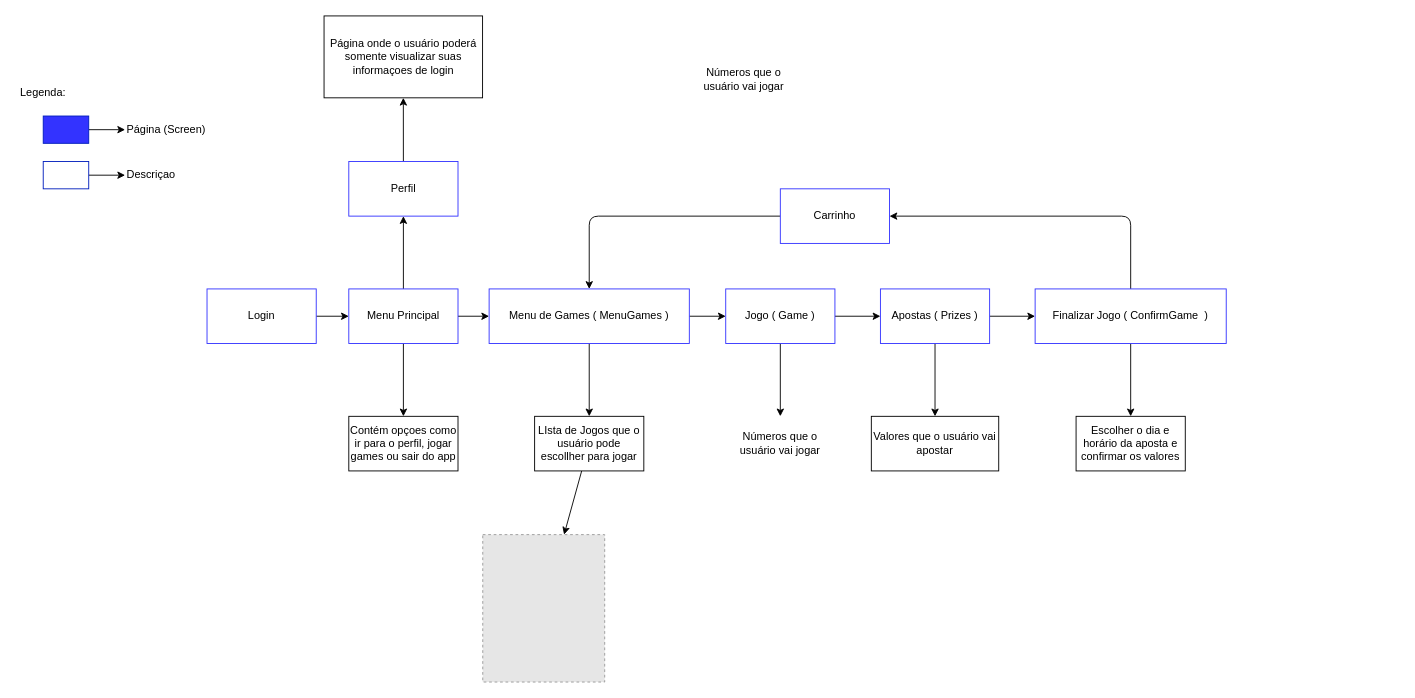
Above: fluxograma.drawio in SantoroJoestar/paratodos (draw.io), before the change. Source tidied: cells renumbered, new cells numbered last; positions are measured from the earlier drawing's top-left corner, leaving out a move shared by most shapes. Both pictures are drawn from the tidied source at 91%, with x=0, y=0 at pixel (15, 15). Pictures stored in the file or linked from it are replaced by grey dashed boxes.
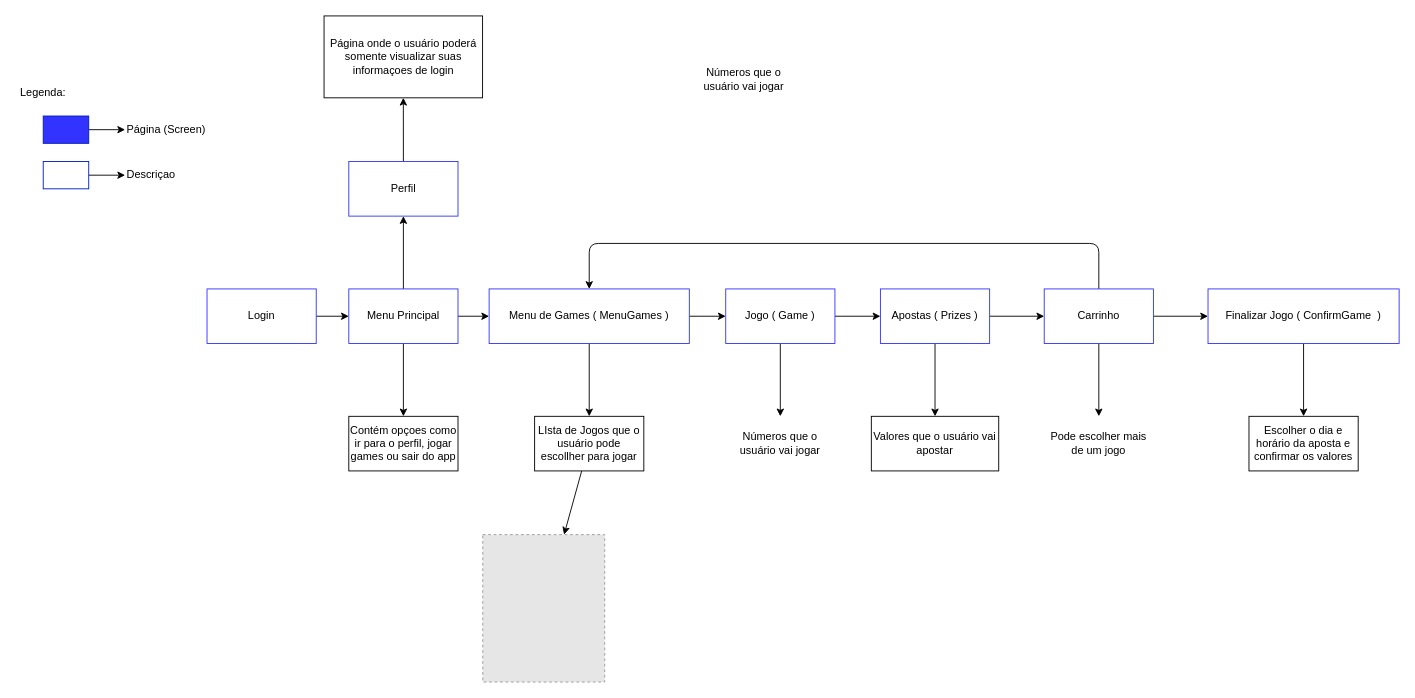
The same diagram, later.

The change refers to these unchanged cells:
```xml
<mxCell id="6" value="Menu de Games ( MenuGames )" style="rounded=0;whiteSpace=wrap;html=1;strokeColor=#3333FF;" parent="1" vertex="1">
  <mxGeometry x="520" y="300" width="220" height="60" as="geometry" />
</mxCell>
<mxCell id="12" value="Apostas ( Prizes )" style="rounded=0;whiteSpace=wrap;html=1;strokeColor=#3333FF;" parent="1" vertex="1">
  <mxGeometry x="950" y="300" width="120" height="60" as="geometry" />
</mxCell>
```

Change to the diagram source:
```diff
@@
-    <mxCell id="11" style="edgeStyle=none;html=1;" parent="1" edge="1" source="12" target="16">
-      <mxGeometry relative="1" as="geometry" />
-    </mxCell>
+    <mxCell id="40" style="edgeStyle=none;html=1;" parent="1" edge="1" source="12" target="25">
+      <mxGeometry relative="1" as="geometry" />
+    </mxCell>
@@
-    <mxCell id="15" style="edgeStyle=none;html=1;entryX=1;entryY=0.5;entryDx=0;entryDy=0;" parent="1" edge="1" source="16" target="25">
-      <mxGeometry relative="1" as="geometry">
-        <Array as="points">
-          <mxPoint x="1225" y="220" />
-        </Array>
-      </mxGeometry>
-    </mxCell>
     <mxCell id="16" value="Finalizar Jogo ( ConfirmGame&amp;nbsp; )" style="rounded=0;whiteSpace=wrap;html=1;strokeColor=#3333FF;" parent="1" vertex="1">
-      <mxGeometry x="1120" y="300" width="210" height="60" as="geometry" />
+      <mxGeometry x="1310" y="300" width="210" height="60" as="geometry" />
     </mxCell>
     <mxCell id="17" value="Escolher o dia e horário da aposta e confirmar os valores" style="rounded=0;whiteSpace=wrap;html=1;" parent="1" vertex="1">
-      <mxGeometry x="1165" y="440" width="120" height="60" as="geometry" />
+      <mxGeometry x="1355" y="440" width="120" height="60" as="geometry" />
     </mxCell>
@@
+    <mxCell id="41" style="edgeStyle=none;html=1;" parent="1" edge="1" source="25" target="16">
+      <mxGeometry relative="1" as="geometry" />
+    </mxCell>
-    <mxCell id="24" style="edgeStyle=none;html=1;entryX=0.5;entryY=0;entryDx=0;entryDy=0;exitX=0;exitY=0.5;exitDx=0;exitDy=0;" parent="1" edge="1" source="25" target="6">
+    <mxCell id="24" style="edgeStyle=none;html=1;entryX=0.5;entryY=0;entryDx=0;entryDy=0;" parent="1" edge="1" source="25" target="6">
       <mxGeometry relative="1" as="geometry">
         <Array as="points">
-          <mxPoint x="630" y="220" />
+          <mxPoint x="1190" y="250" />
+          <mxPoint x="630" y="250" />
         </Array>
       </mxGeometry>
     </mxCell>
+    <mxCell id="42" style="edgeStyle=none;html=1;" parent="1" edge="1" source="25" target="43">
+      <mxGeometry relative="1" as="geometry" />
+    </mxCell>
     <mxCell id="25" value="Carrinho" style="rounded=0;whiteSpace=wrap;html=1;strokeColor=#3333FF;" parent="1" vertex="1">
-      <mxGeometry x="840" y="190" width="120" height="60" as="geometry" />
+      <mxGeometry x="1130" y="300" width="120" height="60" as="geometry" />
     </mxCell>
@@
+    <mxCell id="43" value="Pode escolher mais de um jogo" style="rounded=0;whiteSpace=wrap;html=1;strokeColor=#FFFFFF;" parent="1" vertex="1">
+      <mxGeometry x="1130" y="440" width="120" height="60" as="geometry" />
+    </mxCell>
```
